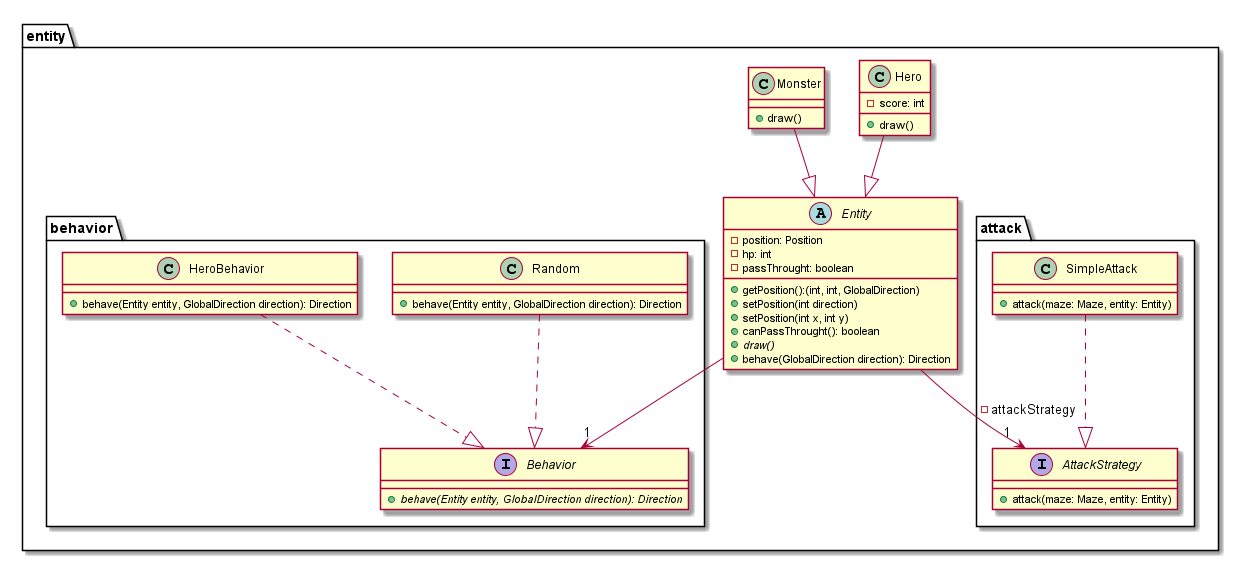
Earlier version of the PlantUML export doc/second_sprint/diagrams/class/character.png (Reynault/ACL_2019_Zelpop). Its diagram source:
```plantuml
@startuml

package entity{

    abstract Entity{
        - position: Position
        - hp: int
        - passThrought: boolean
        + getPosition():(int, int, GlobalDirection)
        + setPosition(int direction)
        + setPosition(int x, int y)
        + canPassThrought(): boolean
        + {abstract} draw()
        + behave(GlobalDirection direction): Direction
    }

    class Hero {
        - score: int
        + draw()
    }

    class Monster{
        + draw()
    }

    package behavior{

        interface Behavior{
            + {abstract} behave(Entity entity, GlobalDirection direction): Direction
        }

        class Random{
            + behave(Entity entity, GlobalDirection direction): Direction
        }

        class HeroBehavior{
            + behave(Entity entity, GlobalDirection direction): Direction
        }

    }

    package attack{

        interface AttackStrategy{
            + attack(maze: Maze, entity: Entity)
        }

        class SimpleAttack{
            + attack(maze: Maze, entity: Entity)
        }

    }

}



Hero --|> Entity
Monster --|> Entity
Entity --> "1" Behavior
HeroBehavior ..|> Behavior
Random ..|> Behavior

Entity --> "1" AttackStrategy: - attackStrategy

SimpleAttack ..|> AttackStrategy

@enduml
```
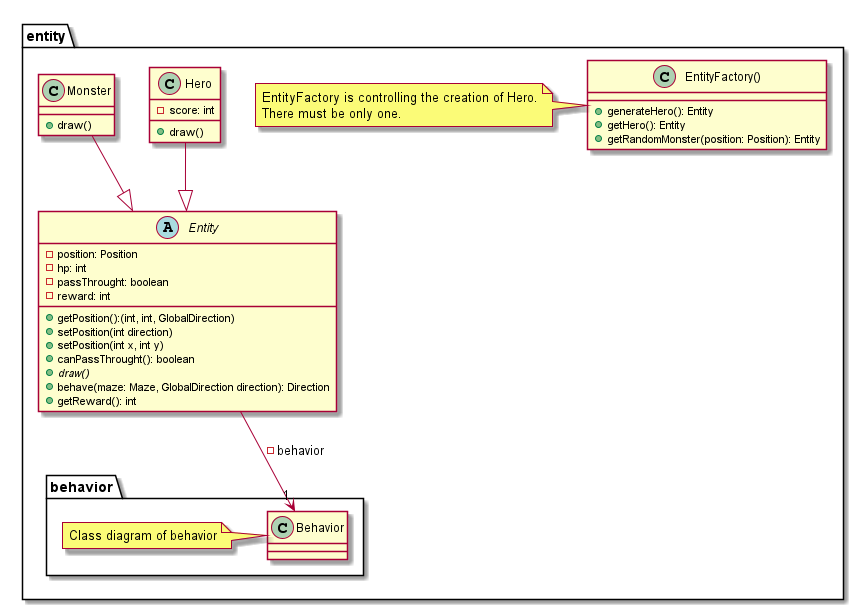
The same diagram one commit later.

Commit message:
second sprint: update class diagrams

What changed in the source:
```diff
@@ -6,12 +6,14 @@
         - position: Position
         - hp: int
         - passThrought: boolean
+        - reward: int
         + getPosition():(int, int, GlobalDirection)
         + setPosition(int direction)
         + setPosition(int x, int y)
         + canPassThrought(): boolean
         + {abstract} draw()
-        + behave(GlobalDirection direction): Direction
+        + behave(maze: Maze, GlobalDirection direction): Direction
+        + getReward(): int
     }
 
     class Hero {
@@ -25,31 +27,21 @@
 
     package behavior{
 
-        interface Behavior{
-            + {abstract} behave(Entity entity, GlobalDirection direction): Direction
+        class Behavior{
+
         }
 
-        class Random{
-            + behave(Entity entity, GlobalDirection direction): Direction
-        }
-
-        class HeroBehavior{
-            + behave(Entity entity, GlobalDirection direction): Direction
-        }
+        note left: Class diagram of behavior
 
     }
 
-    package attack{
+    class EntityFactory(){
+        + generateHero(): Entity
+        + getHero(): Entity
+        + getRandomMonster(position: Position): Entity
+    }
 
-        interface AttackStrategy{
-            + attack(maze: Maze, entity: Entity)
-        }
-
-        class SimpleAttack{
-            + attack(maze: Maze, entity: Entity)
-        }
-
-    }
+    note left: EntityFactory is controlling the creation of Hero.\nThere must be only one.
 
 }
 
@@ -57,12 +49,6 @@
 
 Hero --|> Entity
 Monster --|> Entity
-Entity --> "1" Behavior
-HeroBehavior ..|> Behavior
-Random ..|> Behavior
-
-Entity --> "1" AttackStrategy: - attackStrategy
-
-SimpleAttack ..|> AttackStrategy
+Entity --> "1" Behavior: - behavior
 
 @enduml
```
